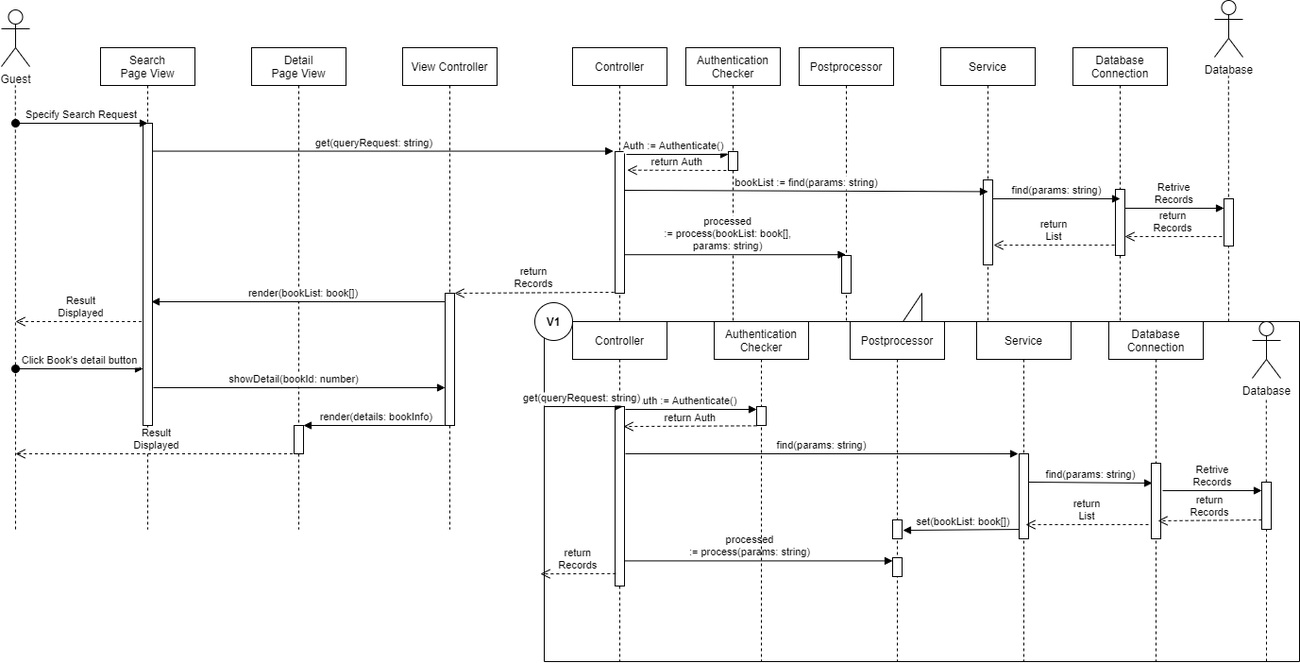
Before: docs/SequenceDiagram/diagram_images/SD-UC-08.png, a diagram exported from draw.io (youngkwon02/Enhanced-library-management). Source tidied: cells renumbered, new cells last; positions are measured from the earlier drawing's top-left corner, leaving out a move shared by most shapes.
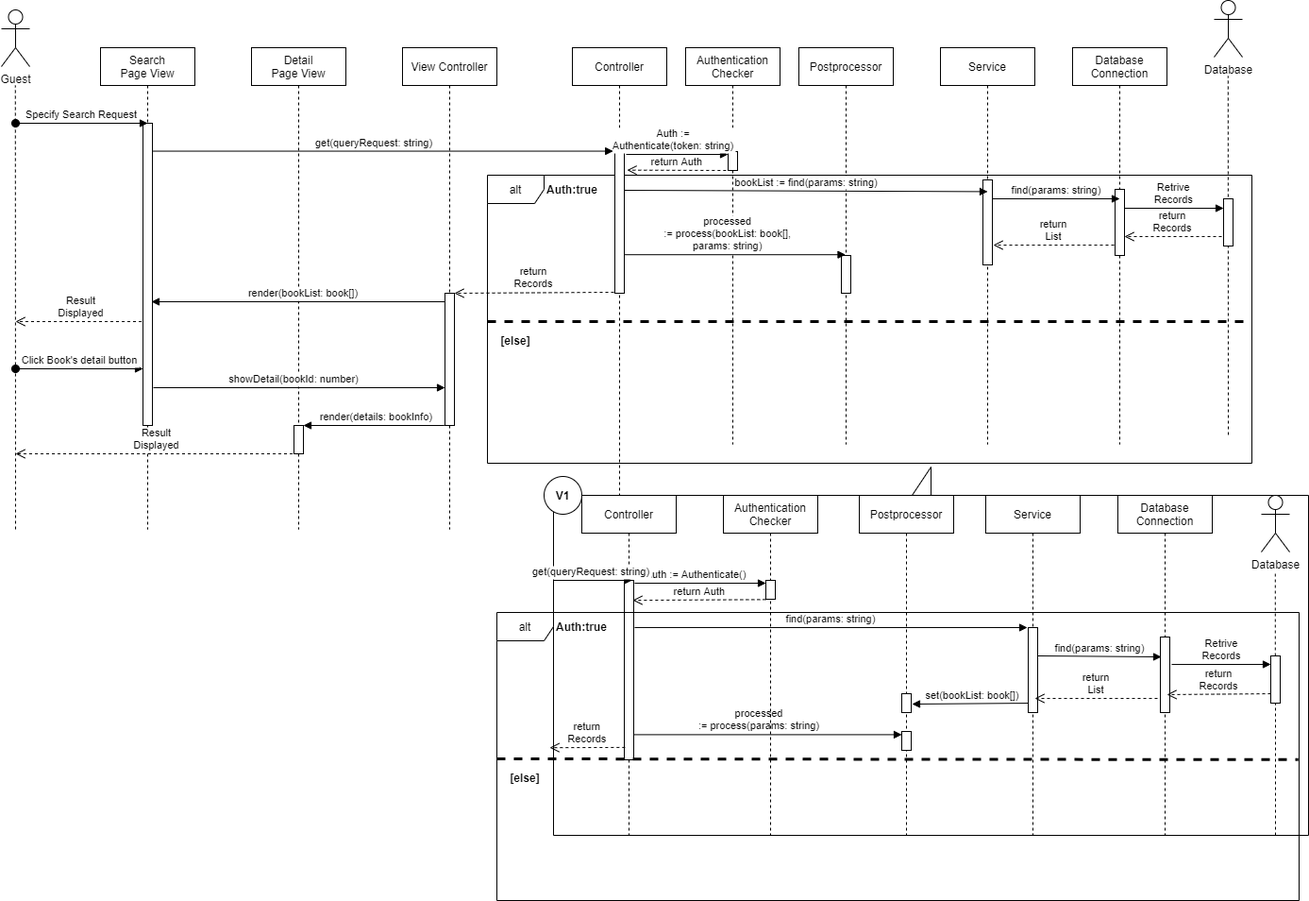
Above is the later version.

What changed in the source:
```diff
@@ -2,6 +2,9 @@
   <root>
     <mxCell id="0" />
     <mxCell id="1" parent="0" />
+    <mxCell id="69" value="alt" style="shape=umlFrame;whiteSpace=wrap;html=1;" parent="1" vertex="1">
+      <mxGeometry x="515" y="185" width="810" height="305" as="geometry" />
+    </mxCell>
     <mxCell id="2" value="Database&#10;Connection" style="shape=umlLifeline;perimeter=lifelinePerimeter;rounded=0;shadow=0;strokeWidth=1;" parent="1" vertex="1">
       <mxGeometry x="1135" y="50" width="100" height="420" as="geometry" />
     </mxCell>
@@ -92,16 +95,16 @@
       </mxGeometry>
     </mxCell>
     <mxCell id="26" style="shape=callout;whiteSpace=wrap;html=1;perimeter=calloutPerimeter;rotation=-180;" parent="1" vertex="1">
-      <mxGeometry x="575" y="310" width="800" height="390" as="geometry" />
+      <mxGeometry x="585" y="494" width="800" height="390" as="geometry" />
     </mxCell>
     <mxCell id="27" value="Controller" style="shape=umlLifeline;perimeter=lifelinePerimeter;rounded=0;shadow=0;strokeWidth=1;" parent="1" vertex="1">
-      <mxGeometry x="605" y="340" width="100" height="360" as="geometry" />
+      <mxGeometry x="615" y="524" width="100" height="360" as="geometry" />
     </mxCell>
     <mxCell id="28" style="points=[];perimeter=orthogonalPerimeter;rounded=0;shadow=0;strokeWidth=1;" parent="27" vertex="1">
       <mxGeometry x="45" y="90" width="10" height="190" as="geometry" />
     </mxCell>
     <mxCell id="29" value="Postprocessor" style="shape=umlLifeline;perimeter=lifelinePerimeter;rounded=0;shadow=0;strokeWidth=1;" parent="1" vertex="1">
-      <mxGeometry x="899" y="340" width="100" height="360" as="geometry" />
+      <mxGeometry x="909" y="524" width="100" height="360" as="geometry" />
     </mxCell>
     <mxCell id="30" style="perimeter=orthogonalPerimeter;rounded=0;shadow=0;strokeWidth=1;" parent="29" vertex="1">
       <mxGeometry x="45" y="210" width="10" height="20" as="geometry" />
@@ -110,38 +113,38 @@
       <mxGeometry x="45" y="250" width="10" height="20" as="geometry" />
     </mxCell>
     <mxCell id="32" value="Database&#10;Connection" style="shape=umlLifeline;perimeter=lifelinePerimeter;rounded=0;shadow=0;strokeWidth=1;" parent="1" vertex="1">
-      <mxGeometry x="1173" y="340" width="100" height="360" as="geometry" />
+      <mxGeometry x="1183" y="524" width="100" height="360" as="geometry" />
     </mxCell>
     <mxCell id="33" style="points=[];perimeter=orthogonalPerimeter;rounded=0;shadow=0;strokeWidth=1;" parent="32" vertex="1">
       <mxGeometry x="45" y="150" width="10" height="80" as="geometry" />
     </mxCell>
     <mxCell id="34" value="find(params: string)" style="verticalAlign=bottom;endArrow=block;shadow=0;strokeWidth=1;exitX=1.2;exitY=0.263;exitDx=0;exitDy=0;exitPerimeter=0;" parent="1" edge="1">
       <mxGeometry relative="1" as="geometry">
-        <mxPoint x="661" y="480" as="sourcePoint" />
-        <mxPoint x="1077" y="480" as="targetPoint" />
+        <mxPoint x="671" y="664" as="sourcePoint" />
+        <mxPoint x="1087" y="664" as="targetPoint" />
       </mxGeometry>
     </mxCell>
     <mxCell id="35" style="endArrow=none;dashed=1;html=1;startArrow=none;" parent="1" edge="1">
       <mxGeometry relative="1" as="geometry">
-        <mxPoint x="1340" y="700" as="sourcePoint" />
-        <mxPoint x="1340" y="560" as="targetPoint" />
+        <mxPoint x="1350" y="884" as="sourcePoint" />
+        <mxPoint x="1350" y="744" as="targetPoint" />
       </mxGeometry>
     </mxCell>
     <mxCell id="36" value="Retrive&#10;Records" style="verticalAlign=bottom;endArrow=block;shadow=0;strokeWidth=1;exitX=1.2;exitY=0.363;exitDx=0;exitDy=0;exitPerimeter=0;" parent="1" edge="1" source="33">
       <mxGeometry relative="1" as="geometry">
-        <mxPoint x="1335" y="519" as="targetPoint" />
+        <mxPoint x="1345" y="703" as="targetPoint" />
       </mxGeometry>
     </mxCell>
     <mxCell id="37" value="return&#10;Records" style="verticalAlign=bottom;endArrow=open;dashed=1;endSize=8;exitX=-0.026;exitY=1.002;shadow=0;strokeWidth=1;exitDx=0;exitDy=0;exitPerimeter=0;" parent="1" edge="1">
       <mxGeometry relative="1" as="geometry">
-        <mxPoint x="1335" y="550" as="sourcePoint" />
-        <mxPoint x="1225" y="551" as="targetPoint" />
+        <mxPoint x="1345" y="734" as="sourcePoint" />
+        <mxPoint x="1235" y="735" as="targetPoint" />
       </mxGeometry>
     </mxCell>
     <mxCell id="38" value="set(bookList: book[])" style="verticalAlign=bottom;endArrow=block;shadow=0;strokeWidth=1;" parent="1" edge="1">
       <mxGeometry relative="1" as="geometry">
-        <mxPoint x="1084" y="560" as="sourcePoint" />
-        <mxPoint x="955" y="561" as="targetPoint" />
+        <mxPoint x="1094" y="744" as="sourcePoint" />
+        <mxPoint x="965" y="745" as="targetPoint" />
       </mxGeometry>
     </mxCell>
     <mxCell id="39" value="processed &#10;:= process(params: string)" style="verticalAlign=bottom;endArrow=block;shadow=0;strokeWidth=1;exitX=1;exitY=0.86;exitDx=0;exitDy=0;exitPerimeter=0;" parent="1" edge="1" source="28" target="31">
@@ -151,10 +154,10 @@
       <mxGeometry relative="1" as="geometry" />
     </mxCell>
     <mxCell id="41" style="ellipse;whiteSpace=wrap;html=1;" parent="1" vertex="1">
-      <mxGeometry x="565" y="320" width="40" height="40" as="geometry" />
+      <mxGeometry x="575" y="504" width="40" height="40" as="geometry" />
     </mxCell>
     <mxCell id="42" value="&lt;b&gt;V1&lt;/b&gt;" style="text;html=1;strokeColor=none;fillColor=none;align=center;verticalAlign=middle;whiteSpace=wrap;rounded=0;" parent="1" vertex="1">
-      <mxGeometry x="565" y="330" width="40" height="20" as="geometry" />
+      <mxGeometry x="575" y="514" width="40" height="20" as="geometry" />
     </mxCell>
     <mxCell id="43" value="Detail&#10;Page View" style="shape=umlLifeline;perimeter=lifelinePerimeter;rounded=0;shadow=0;strokeWidth=1;" parent="1" vertex="1">
       <mxGeometry x="265" y="50" width="100" height="510" as="geometry" />
@@ -203,7 +206,7 @@
         <mxPoint x="15" y="480" as="targetPoint" />
       </mxGeometry>
     </mxCell>
-    <mxCell id="54" value="Auth := Authenticate()" style="verticalAlign=bottom;endArrow=block;shadow=0;strokeWidth=1;" parent="1" edge="1">
+    <mxCell id="54" value="Auth := &#10;Authenticate(token: string)" style="verticalAlign=bottom;endArrow=block;shadow=0;strokeWidth=1;" parent="1" edge="1">
       <mxGeometry x="-0.07" relative="1" as="geometry">
         <mxPoint x="662" y="163" as="sourcePoint" />
         <mxPoint x="770" y="163" as="targetPoint" />
@@ -218,18 +221,18 @@
       <mxGeometry relative="1" as="geometry" />
     </mxCell>
     <mxCell id="57" value="Database" style="shape=umlActor;verticalLabelPosition=bottom;verticalAlign=top;html=1;" parent="1" vertex="1">
-      <mxGeometry x="1325" y="340" width="30" height="60" as="geometry" />
+      <mxGeometry x="1335" y="524" width="30" height="60" as="geometry" />
     </mxCell>
     <mxCell id="58" style="endArrow=none;dashed=1;html=1;startArrow=none;" parent="1" edge="1" source="59">
       <mxGeometry relative="1" as="geometry">
-        <mxPoint x="1339.8" y="420" as="targetPoint" />
+        <mxPoint x="1349.8" y="604" as="targetPoint" />
       </mxGeometry>
     </mxCell>
     <mxCell id="59" style="points=[];perimeter=orthogonalPerimeter;rounded=0;shadow=0;strokeWidth=1;" parent="1" vertex="1">
-      <mxGeometry x="1335" y="510" width="10" height="50" as="geometry" />
+      <mxGeometry x="1345" y="694" width="10" height="50" as="geometry" />
     </mxCell>
     <mxCell id="60" value="Service" style="shape=umlLifeline;perimeter=lifelinePerimeter;rounded=0;shadow=0;strokeWidth=1;" parent="1" vertex="1">
-      <mxGeometry x="1033" y="340" width="100" height="360" as="geometry" />
+      <mxGeometry x="1043" y="524" width="100" height="360" as="geometry" />
     </mxCell>
     <mxCell id="61" style="points=[];perimeter=orthogonalPerimeter;rounded=0;shadow=0;strokeWidth=1;" parent="60" vertex="1">
       <mxGeometry x="45" y="140" width="10" height="90" as="geometry" />
@@ -239,32 +242,58 @@
     </mxCell>
     <mxCell id="63" value="return&#10;List" style="verticalAlign=bottom;endArrow=open;dashed=1;endSize=8;shadow=0;strokeWidth=1;entryX=1.1;entryY=0.767;entryDx=0;entryDy=0;entryPerimeter=0;" parent="1" edge="1">
       <mxGeometry relative="1" as="geometry">
-        <mxPoint x="1215" y="555" as="sourcePoint" />
-        <mxPoint x="1085" y="555" as="targetPoint" />
+        <mxPoint x="1225" y="739" as="sourcePoint" />
+        <mxPoint x="1095" y="739" as="targetPoint" />
       </mxGeometry>
     </mxCell>
     <mxCell id="64" value="Authentication&#10;Checker" style="shape=umlLifeline;perimeter=lifelinePerimeter;rounded=0;shadow=0;strokeWidth=1;" parent="1" vertex="1">
-      <mxGeometry x="755" y="340" width="100" height="360" as="geometry" />
+      <mxGeometry x="765" y="524" width="100" height="360" as="geometry" />
     </mxCell>
     <mxCell id="65" style="perimeter=orthogonalPerimeter;rounded=0;shadow=0;strokeWidth=1;" parent="64" vertex="1">
       <mxGeometry x="45" y="90" width="10" height="20" as="geometry" />
     </mxCell>
     <mxCell id="66" value="Auth := Authenticate()" style="verticalAlign=bottom;endArrow=block;shadow=0;strokeWidth=1;" parent="1" edge="1">
       <mxGeometry x="-0.07" relative="1" as="geometry">
-        <mxPoint x="661" y="433" as="sourcePoint" />
-        <mxPoint x="800" y="433" as="targetPoint" />
+        <mxPoint x="671" y="617" as="sourcePoint" />
+        <mxPoint x="810" y="617" as="targetPoint" />
       </mxGeometry>
     </mxCell>
     <mxCell id="67" value="return Auth" style="verticalAlign=bottom;endArrow=open;dashed=1;endSize=8;shadow=0;strokeWidth=1;exitX=0.083;exitY=0.931;exitDx=0;exitDy=0;exitPerimeter=0;entryX=0.9;entryY=0.111;entryDx=0;entryDy=0;entryPerimeter=0;" parent="1" edge="1" target="28">
       <mxGeometry relative="1" as="geometry">
-        <mxPoint x="799.8" y="450.4" as="sourcePoint" />
+        <mxPoint x="809.8" y="634.4" as="sourcePoint" />
       </mxGeometry>
     </mxCell>
     <mxCell id="68" value="get(queryRequest: string)" style="verticalAlign=bottom;endArrow=block;shadow=0;strokeWidth=1;entryX=-0.18;entryY=-0.003;entryDx=0;entryDy=0;entryPerimeter=0;" parent="1" edge="1">
       <mxGeometry x="-0.04" relative="1" as="geometry">
-        <mxPoint x="575" y="430" as="sourcePoint" />
-        <mxPoint x="658.2" y="430" as="targetPoint" />
+        <mxPoint x="585" y="614" as="sourcePoint" />
+        <mxPoint x="668.2" y="614" as="targetPoint" />
       </mxGeometry>
     </mxCell>
+    <mxCell id="70" value="&lt;b&gt;Auth:true&lt;/b&gt;" style="text;html=1;strokeColor=none;fillColor=none;align=center;verticalAlign=middle;whiteSpace=wrap;rounded=0;" parent="1" vertex="1">
+      <mxGeometry x="585" y="190" width="40" height="20" as="geometry" />
+    </mxCell>
+    <mxCell id="71" style="endArrow=none;dashed=1;html=1;strokeWidth=3;" parent="1" edge="1">
+      <mxGeometry relative="1" as="geometry">
+        <mxPoint x="515" y="340" as="sourcePoint" />
+        <mxPoint x="1325" y="340" as="targetPoint" />
+      </mxGeometry>
+    </mxCell>
+    <mxCell id="72" value="&lt;b&gt;[else]&lt;/b&gt;" style="text;html=1;strokeColor=none;fillColor=none;align=center;verticalAlign=middle;whiteSpace=wrap;rounded=0;" parent="1" vertex="1">
+      <mxGeometry x="525" y="350" width="40" height="20" as="geometry" />
+    </mxCell>
+    <mxCell id="73" value="alt" style="shape=umlFrame;whiteSpace=wrap;html=1;" parent="1" vertex="1">
+      <mxGeometry x="525" y="648" width="850" height="305" as="geometry" />
+    </mxCell>
+    <mxCell id="74" value="&lt;b&gt;Auth:true&lt;/b&gt;" style="text;html=1;strokeColor=none;fillColor=none;align=center;verticalAlign=middle;whiteSpace=wrap;rounded=0;" parent="1" vertex="1">
+      <mxGeometry x="595" y="653" width="40" height="20" as="geometry" />
+    </mxCell>
+    <mxCell id="75" style="endArrow=none;dashed=1;html=1;strokeWidth=3;entryX=0.999;entryY=0.511;entryDx=0;entryDy=0;entryPerimeter=0;" parent="1" edge="1" target="73">
+      <mxGeometry relative="1" as="geometry">
+        <mxPoint x="525" y="803" as="sourcePoint" />
+      </mxGeometry>
+    </mxCell>
+    <mxCell id="76" value="&lt;b&gt;[else]&lt;/b&gt;" style="text;html=1;strokeColor=none;fillColor=none;align=center;verticalAlign=middle;whiteSpace=wrap;rounded=0;" parent="1" vertex="1">
+      <mxGeometry x="535" y="813" width="40" height="20" as="geometry" />
+    </mxCell>
   </root>
 </mxGraphModel>
```
